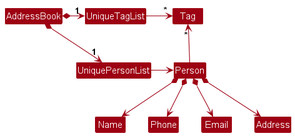
The PlantUML diagram docs/images/BetterModelClassDiagram.png in nus-cs2103-AY2425S1/tp, before a commit.
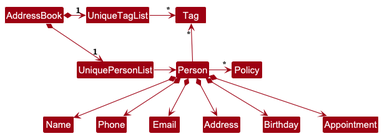
Above is the later version.

Diff of the diagram source:
```diff
@@ -13,9 +13,12 @@
 UniquePersonList -right-> Person
 
 Person -up-> "*" Tag
-
+Person -right-> "*"Policy
 Person *--> Name
 Person *--> Phone
 Person *--> Email
 Person *--> Address
+Person *--> Birthday
+Person *--> Appointment
+
 @enduml
```
